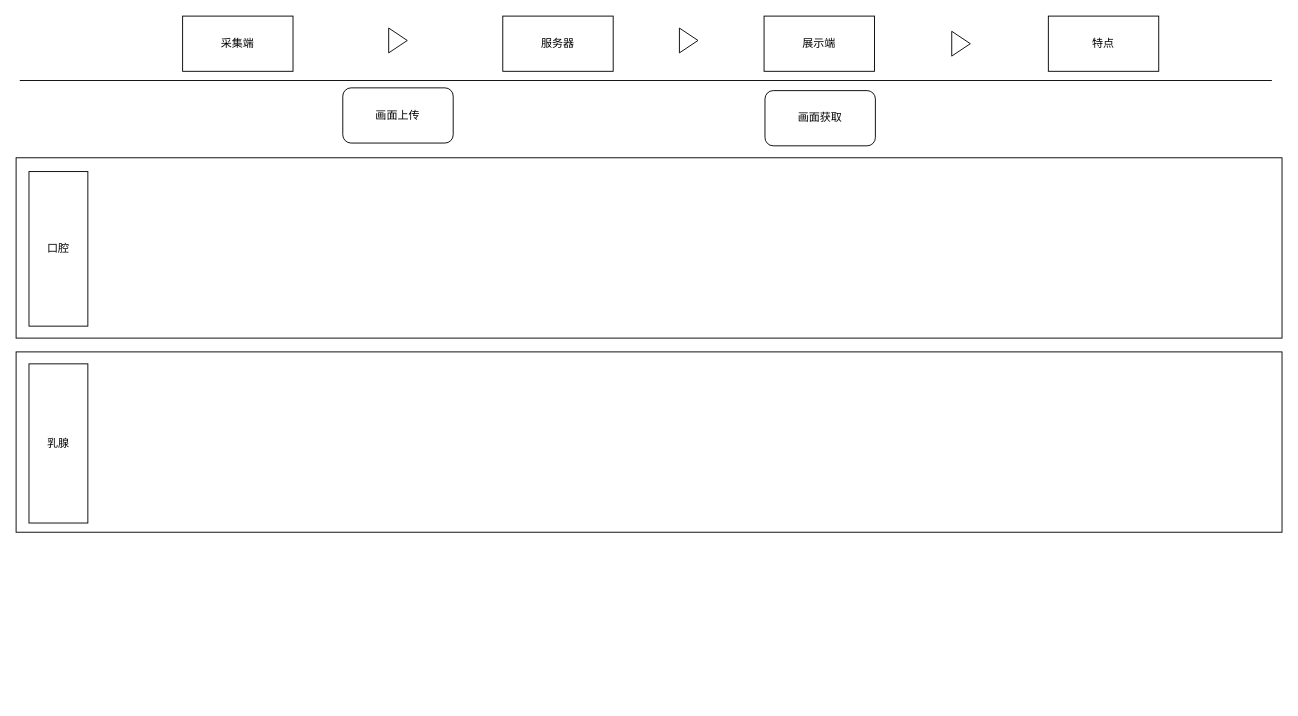
Earlier version of the draw.io diagram 未命名绘图.drawio (15140252710/OneGithubProject). Source tidied: cells renumbered, new cells numbered last; positions are measured from the earlier drawing's top-left corner, leaving out a move shared by most shapes. Both pictures are drawn from the tidied source at 92%, with x=0, y=0 at pixel (16, 16).
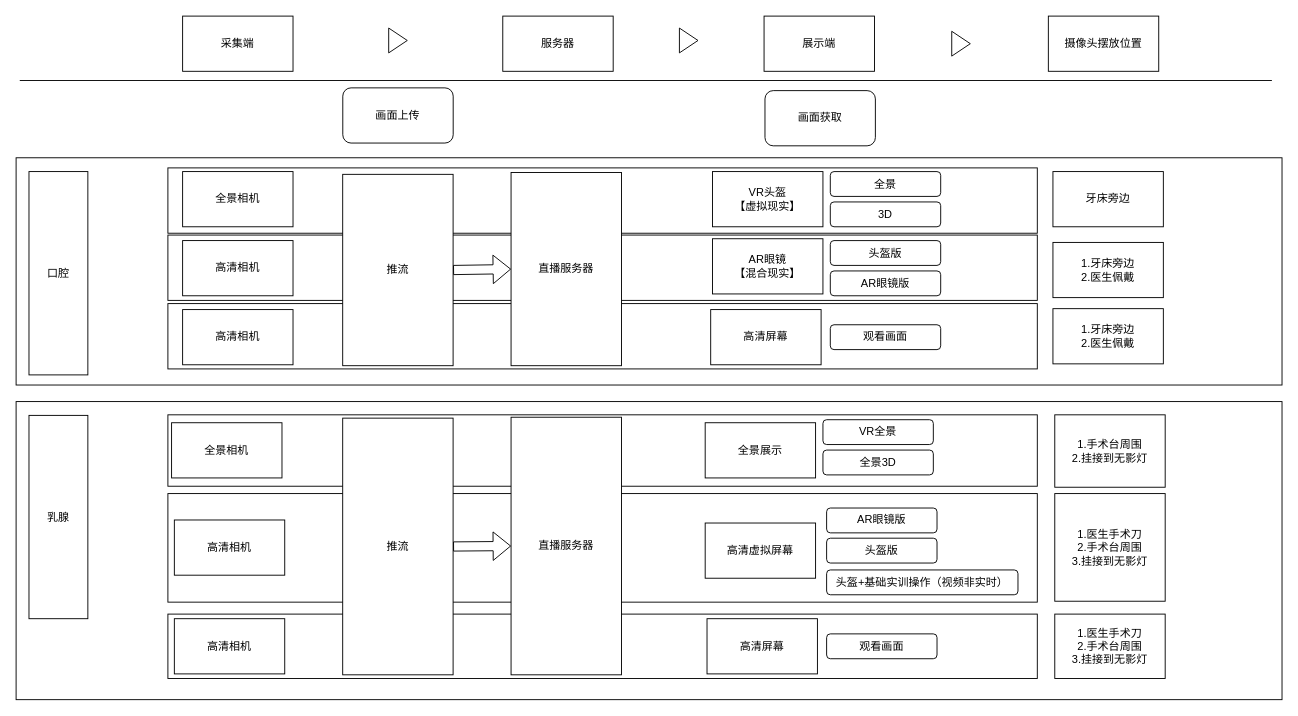
The same page after the edit.

Diff of the diagram source:
```diff
@@
-    <mxCell id="5" value="特点" style="rounded=0;whiteSpace=wrap;html=1;" parent="1" vertex="1">
+    <mxCell id="5" value="摄像头摆放位置" style="rounded=0;whiteSpace=wrap;html=1;" parent="1" vertex="1">
       <mxGeometry x="1122" width="120" height="60" as="geometry" />
     </mxCell>
     <mxCell id="6" style="rounded=0;whiteSpace=wrap;html=1;" parent="1" vertex="1">
-      <mxGeometry y="154" width="1376" height="196" as="geometry" />
+      <mxGeometry y="154" width="1376" height="247" as="geometry" />
     </mxCell>
-    <mxCell id="7" style="rounded=0;whiteSpace=wrap;html=1;" parent="1" vertex="1">
-      <mxGeometry y="365" width="1376" height="196" as="geometry" />
-    </mxCell>
+    <mxCell id="16" value="牙床旁边" style="rounded=0;whiteSpace=wrap;html=1;" parent="6" vertex="1">
+      <mxGeometry x="1127" y="15" width="120" height="60" as="geometry" />
+    </mxCell>
+    <mxCell id="17" value="1.牙床旁边&lt;br&gt;2.医生佩戴" style="rounded=0;whiteSpace=wrap;html=1;" parent="6" vertex="1">
+      <mxGeometry x="1127" y="92" width="120" height="60" as="geometry" />
+    </mxCell>
+    <mxCell id="18" value="1.牙床旁边&lt;br&gt;2.医生佩戴" style="rounded=0;whiteSpace=wrap;html=1;" parent="6" vertex="1">
+      <mxGeometry x="1127" y="164" width="120" height="60" as="geometry" />
+    </mxCell>
+    <mxCell id="19" style="rounded=0;whiteSpace=wrap;html=1;" parent="6" vertex="1">
+      <mxGeometry x="165" y="11" width="945" height="71" as="geometry" />
+    </mxCell>
+    <mxCell id="20" style="rounded=0;whiteSpace=wrap;html=1;" parent="6" vertex="1">
+      <mxGeometry x="165" y="84" width="945" height="71" as="geometry" />
+    </mxCell>
+    <mxCell id="21" style="rounded=0;whiteSpace=wrap;html=1;" parent="6" vertex="1">
+      <mxGeometry x="165" y="158.5" width="945" height="71" as="geometry" />
+    </mxCell>
+    <mxCell id="22" value="直播服务器" style="rounded=0;whiteSpace=wrap;html=1;" parent="6" vertex="1">
+      <mxGeometry x="538" y="16" width="120" height="210" as="geometry" />
+    </mxCell>
     <mxCell id="8" value="口腔" style="rounded=0;whiteSpace=wrap;html=1;" parent="1" vertex="1">
-      <mxGeometry x="14" y="169" width="64" height="168" as="geometry" />
+      <mxGeometry x="14" y="169" width="64" height="221" as="geometry" />
     </mxCell>
-    <mxCell id="9" value="乳腺" style="rounded=0;whiteSpace=wrap;html=1;" parent="1" vertex="1">
-      <mxGeometry x="14" y="378" width="64" height="173" as="geometry" />
-    </mxCell>
@@
+    <mxCell id="23" value="全景相机" style="rounded=0;whiteSpace=wrap;html=1;" parent="1" vertex="1">
+      <mxGeometry x="181" y="169" width="120" height="60" as="geometry" />
+    </mxCell>
+    <mxCell id="24" value="高清相机" style="rounded=0;whiteSpace=wrap;html=1;" parent="1" vertex="1">
+      <mxGeometry x="181" y="244" width="120" height="60" as="geometry" />
+    </mxCell>
+    <mxCell id="25" value="高清相机" style="rounded=0;whiteSpace=wrap;html=1;" parent="1" vertex="1">
+      <mxGeometry x="181" y="319" width="120" height="60" as="geometry" />
+    </mxCell>
+    <mxCell id="26" value="推流" style="rounded=0;whiteSpace=wrap;html=1;" parent="1" vertex="1">
+      <mxGeometry x="355" y="172" width="120" height="208" as="geometry" />
+    </mxCell>
+    <mxCell id="27" style="shape=flexArrow;endArrow=classic;html=1;rounded=0;exitX=1;exitY=0.5;exitDx=0;exitDy=0;entryX=0;entryY=0.5;entryDx=0;entryDy=0;" parent="1" edge="1" source="26" target="22">
+      <mxGeometry relative="1" as="geometry" />
+    </mxCell>
+    <mxCell id="28" value="VR头盔&lt;br&gt;【虚拟现实】" style="rounded=0;whiteSpace=wrap;html=1;" parent="1" vertex="1">
+      <mxGeometry x="757" y="169" width="120" height="60" as="geometry" />
+    </mxCell>
+    <mxCell id="29" value="全景" style="rounded=1;whiteSpace=wrap;html=1;" parent="1" vertex="1">
+      <mxGeometry x="885" y="169" width="120" height="27" as="geometry" />
+    </mxCell>
+    <mxCell id="30" value="3D" style="rounded=1;whiteSpace=wrap;html=1;" parent="1" vertex="1">
+      <mxGeometry x="885" y="202" width="120" height="27" as="geometry" />
+    </mxCell>
+    <mxCell id="31" value="AR眼镜&lt;br&gt;【混合现实】" style="rounded=0;whiteSpace=wrap;html=1;" parent="1" vertex="1">
+      <mxGeometry x="757" y="242" width="120" height="60" as="geometry" />
+    </mxCell>
+    <mxCell id="32" value="头盔版" style="rounded=1;whiteSpace=wrap;html=1;" parent="1" vertex="1">
+      <mxGeometry x="885" y="244" width="120" height="27" as="geometry" />
+    </mxCell>
+    <mxCell id="33" value="AR眼镜版" style="rounded=1;whiteSpace=wrap;html=1;" parent="1" vertex="1">
+      <mxGeometry x="885" y="277" width="120" height="27" as="geometry" />
+    </mxCell>
+    <mxCell id="34" value="高清屏幕" style="rounded=0;whiteSpace=wrap;html=1;" parent="1" vertex="1">
+      <mxGeometry x="755" y="319" width="120" height="60" as="geometry" />
+    </mxCell>
+    <mxCell id="35" value="观看画面" style="rounded=1;whiteSpace=wrap;html=1;" parent="1" vertex="1">
+      <mxGeometry x="885" y="335.5" width="120" height="27" as="geometry" />
+    </mxCell>
+    <mxCell id="36" style="rounded=0;whiteSpace=wrap;html=1;" parent="1" vertex="1">
+      <mxGeometry y="419" width="1376" height="324" as="geometry" />
+    </mxCell>
+    <mxCell id="37" value="1.手术台周围&lt;br&gt;2.挂接到无影灯" style="rounded=0;whiteSpace=wrap;html=1;" parent="36" vertex="1">
+      <mxGeometry x="1129" y="14.4" width="120" height="78.7" as="geometry" />
+    </mxCell>
+    <mxCell id="38" value="1.医生手术刀&lt;br&gt;2.手术台周围&lt;br&gt;3.挂接到无影灯" style="rounded=0;whiteSpace=wrap;html=1;" parent="36" vertex="1">
+      <mxGeometry x="1129" y="100" width="120" height="117" as="geometry" />
+    </mxCell>
+    <mxCell id="39" style="rounded=0;whiteSpace=wrap;html=1;" parent="36" vertex="1">
+      <mxGeometry x="165" y="14.4" width="945" height="77.6" as="geometry" />
+    </mxCell>
+    <mxCell id="40" style="rounded=0;whiteSpace=wrap;html=1;" parent="36" vertex="1">
+      <mxGeometry x="165" y="100" width="945" height="118" as="geometry" />
+    </mxCell>
+    <mxCell id="41" style="rounded=0;whiteSpace=wrap;html=1;" parent="36" vertex="1">
+      <mxGeometry x="165" y="231" width="945" height="70" as="geometry" />
+    </mxCell>
+    <mxCell id="42" value="直播服务器" style="rounded=0;whiteSpace=wrap;html=1;" parent="36" vertex="1">
+      <mxGeometry x="538" y="17" width="120" height="280" as="geometry" />
+    </mxCell>
+    <mxCell id="43" value="高清相机" style="rounded=0;whiteSpace=wrap;html=1;" parent="36" vertex="1">
+      <mxGeometry x="172" y="236" width="120" height="60" as="geometry" />
+    </mxCell>
+    <mxCell id="44" value="高清屏幕" style="rounded=0;whiteSpace=wrap;html=1;" parent="36" vertex="1">
+      <mxGeometry x="751" y="236" width="120" height="60" as="geometry" />
+    </mxCell>
+    <mxCell id="45" value="观看画面" style="rounded=1;whiteSpace=wrap;html=1;" parent="36" vertex="1">
+      <mxGeometry x="881" y="252.5" width="120" height="27" as="geometry" />
+    </mxCell>
+    <mxCell id="46" value="高清相机" style="rounded=0;whiteSpace=wrap;html=1;" parent="36" vertex="1">
+      <mxGeometry x="172" y="128.7" width="120" height="60" as="geometry" />
+    </mxCell>
+    <mxCell id="47" value="高清虚拟屏幕" style="rounded=0;whiteSpace=wrap;html=1;" parent="36" vertex="1">
+      <mxGeometry x="749" y="132" width="120" height="60" as="geometry" />
+    </mxCell>
+    <mxCell id="48" value="头盔版" style="rounded=1;whiteSpace=wrap;html=1;" parent="36" vertex="1">
+      <mxGeometry x="881" y="148.5" width="120" height="27" as="geometry" />
+    </mxCell>
+    <mxCell id="49" value="AR眼镜版" style="rounded=1;whiteSpace=wrap;html=1;" parent="36" vertex="1">
+      <mxGeometry x="881" y="115.7" width="120" height="27" as="geometry" />
+    </mxCell>
+    <mxCell id="50" value="1.医生手术刀&lt;br&gt;2.手术台周围&lt;br&gt;3.挂接到无影灯" style="rounded=0;whiteSpace=wrap;html=1;" parent="36" vertex="1">
+      <mxGeometry x="1129" y="231" width="120" height="70" as="geometry" />
+    </mxCell>
+    <mxCell id="51" value="全景展示" style="rounded=0;whiteSpace=wrap;html=1;" parent="36" vertex="1">
+      <mxGeometry x="749" y="23" width="120" height="60" as="geometry" />
+    </mxCell>
+    <mxCell id="52" value="全景3D" style="rounded=1;whiteSpace=wrap;html=1;" parent="36" vertex="1">
+      <mxGeometry x="877" y="52.7" width="120" height="27" as="geometry" />
+    </mxCell>
+    <mxCell id="53" value="VR全景" style="rounded=1;whiteSpace=wrap;html=1;" parent="36" vertex="1">
+      <mxGeometry x="877" y="19.7" width="120" height="27" as="geometry" />
+    </mxCell>
+    <mxCell id="54" value="全景相机" style="rounded=0;whiteSpace=wrap;html=1;" parent="36" vertex="1">
+      <mxGeometry x="169" y="23" width="120" height="60" as="geometry" />
+    </mxCell>
+    <mxCell id="55" value="头盔+基础实训操作（视频非实时）" style="rounded=1;whiteSpace=wrap;html=1;" parent="36" vertex="1">
+      <mxGeometry x="881" y="183" width="208" height="27" as="geometry" />
+    </mxCell>
+    <mxCell id="9" value="乳腺" style="rounded=0;whiteSpace=wrap;html=1;" parent="1" vertex="1">
+      <mxGeometry x="14" y="434" width="64" height="221" as="geometry" />
+    </mxCell>
+    <mxCell id="56" value="推流" style="rounded=0;whiteSpace=wrap;html=1;" parent="1" vertex="1">
+      <mxGeometry x="355" y="437" width="120" height="279" as="geometry" />
+    </mxCell>
+    <mxCell id="57" style="shape=flexArrow;endArrow=classic;html=1;rounded=0;exitX=1;exitY=0.5;exitDx=0;exitDy=0;entryX=0;entryY=0.5;entryDx=0;entryDy=0;" parent="1" edge="1" source="56" target="42">
+      <mxGeometry relative="1" as="geometry" />
+    </mxCell>
```
